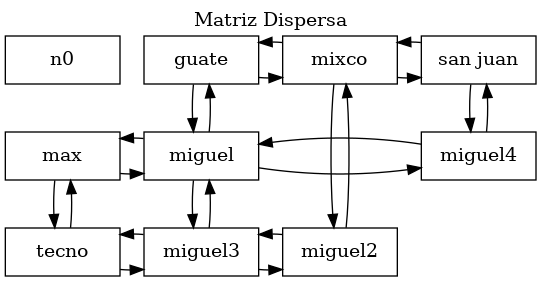
The Graphviz diagram src/Reportes/matriz.png in miguel-tubac/-EDD-Proyecto1_202101927, before a commit. Its source is kept beside it as src/Reportes/matriz.dot. Its diagram source:
```dot
digraph G {
	label="Matriz Dispersa";
	labelloc="t";
	node [shape=box width=1.2 ];
n0 -> n2 -> n0 [color=transparent];
	n2 [label="guate" group=0];
	n2 -> n1 -> n2;
	n1 [label = "miguel" group=0];
	n1 -> n7 -> n1;
	n7 [label = "miguel3" group=2];
	n2 -> n5 -> n2;
	n5 [label="mixco" group=1];
	n5 -> n4 -> n5;
	n4 [label = "miguel2" group=1];
	n5 -> n9 -> n5;
	n9 [label="san juan" group=2];
	n9 -> n8 -> n9;
	n8 [label = "miguel4" group=2];
	n0 -> n3 -> n0 [color=transparent];
	n3 [label="max" group=0];
	n3 -> n1 -> n3;
	n1 [label="miguel" group=0];
	n1 -> n8 -> n1;
	n8 [label="miguel4" group=2];
	n3 -> n6 -> n3;
	n6 [label="tecno" group=0];
	n6 -> n7 -> n6;
	n7 [label="miguel3" group=2];
	n7 -> n4 -> n7;
	n4 [label="miguel2" group=1];
	{ rank=same; n0; n2; n5; n9; }
	{ rank=same; n3; n1; n8; }
	{ rank=same; n6; n7; n4; }

}
```
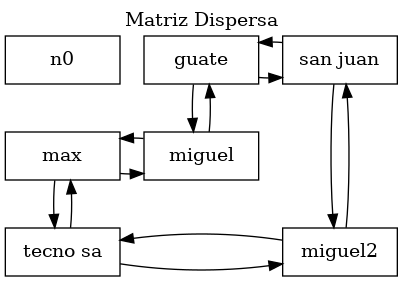
The same diagram one commit later.

Change to the diagram source:
```diff
@@ -6,30 +6,20 @@
 	n2 [label="guate" group=0];
 	n2 -> n1 -> n2;
 	n1 [label = "miguel" group=0];
-	n1 -> n7 -> n1;
-	n7 [label = "miguel3" group=2];
 	n2 -> n5 -> n2;
-	n5 [label="mixco" group=1];
+	n5 [label="san juan" group=1];
 	n5 -> n4 -> n5;
 	n4 [label = "miguel2" group=1];
-	n5 -> n9 -> n5;
-	n9 [label="san juan" group=2];
-	n9 -> n8 -> n9;
-	n8 [label = "miguel4" group=2];
 	n0 -> n3 -> n0 [color=transparent];
 	n3 [label="max" group=0];
 	n3 -> n1 -> n3;
 	n1 [label="miguel" group=0];
-	n1 -> n8 -> n1;
-	n8 [label="miguel4" group=2];
 	n3 -> n6 -> n3;
-	n6 [label="tecno" group=0];
-	n6 -> n7 -> n6;
-	n7 [label="miguel3" group=2];
-	n7 -> n4 -> n7;
+	n6 [label="tecno sa" group=0];
+	n6 -> n4 -> n6;
 	n4 [label="miguel2" group=1];
-	{ rank=same; n0; n2; n5; n9; }
-	{ rank=same; n3; n1; n8; }
-	{ rank=same; n6; n7; n4; }
+	{ rank=same; n0; n2; n5; }
+	{ rank=same; n3; n1; }
+	{ rank=same; n6; n4; }
 
 }
```
